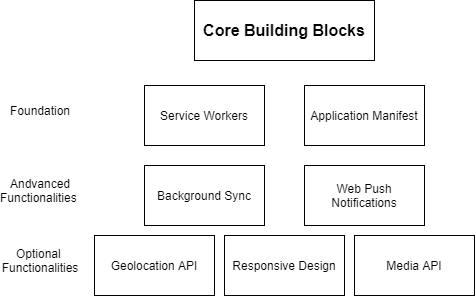
Before: diagrams/M1.png, a diagram exported from draw.io (zishunwei/pwa). Source tidied: cells renumbered, new cells last; positions are measured from the earlier drawing's top-left corner, leaving out a move shared by most shapes.
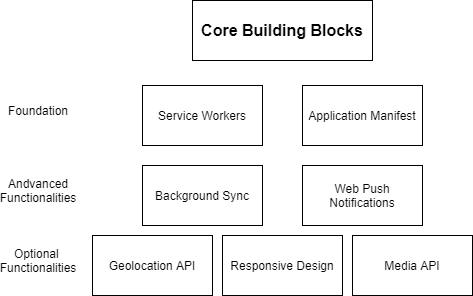
The same file after the commit.

The edit, as a diff of the source:
```diff
@@ -32,7 +32,7 @@
     <mxCell id="11" value="Optional&amp;nbsp;&lt;br&gt;Functionalities&lt;br&gt;" style="text;html=1;strokeColor=none;fillColor=none;align=center;verticalAlign=middle;whiteSpace=wrap;rounded=0;" parent="1" vertex="1">
       <mxGeometry x="10" y="250" width="40" height="20" as="geometry" />
     </mxCell>
-    <mxCell id="12" value="Andvanced&lt;br&gt;Functionalities&amp;nbsp;" style="text;html=1;strokeColor=none;fillColor=none;align=center;verticalAlign=middle;whiteSpace=wrap;rounded=0;" parent="1" vertex="1">
+    <mxCell id="12" value="Andvanced&lt;br&gt;Functionalities" style="text;html=1;strokeColor=none;fillColor=none;align=center;verticalAlign=middle;whiteSpace=wrap;rounded=0;" parent="1" vertex="1">
       <mxGeometry x="5" y="180" width="50" height="20" as="geometry" />
     </mxCell>
   </root>
```
